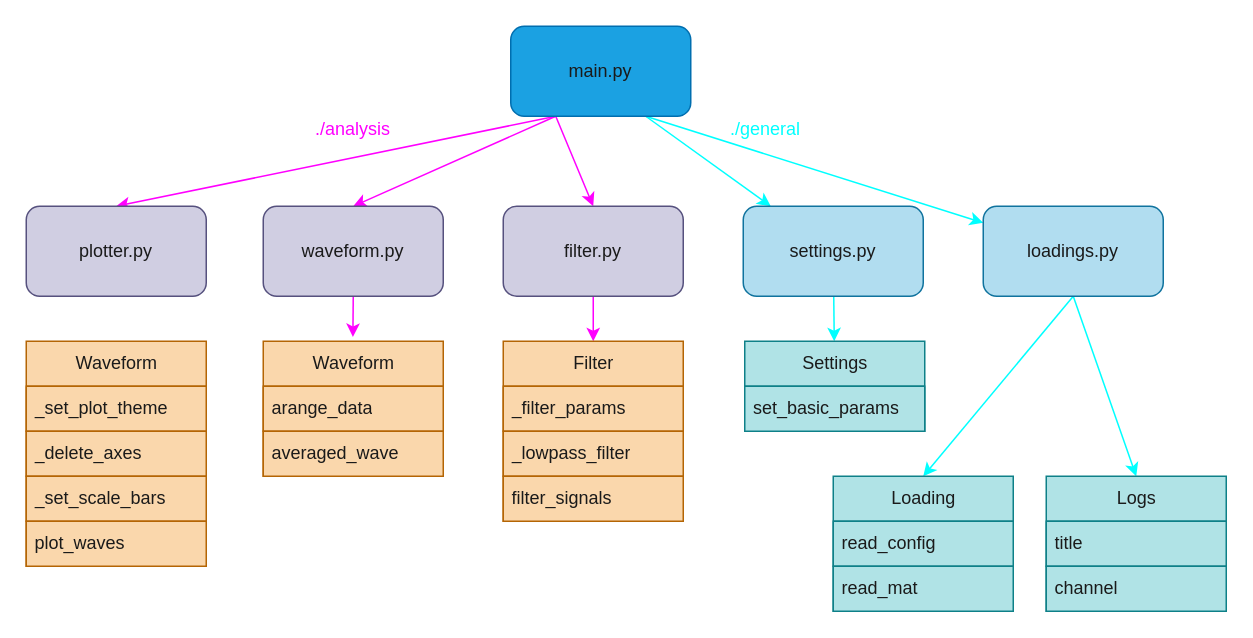
Before: design/design.drawio in ryo-furukawa-1122/EEG, a draw.io diagram. Source tidied: cells renumbered, new cells numbered last; positions are measured from the earlier drawing's top-left corner, leaving out a move shared by most shapes. Both pictures are drawn from the tidied source at 150%, with x=0, y=0 at pixel (26, 26).
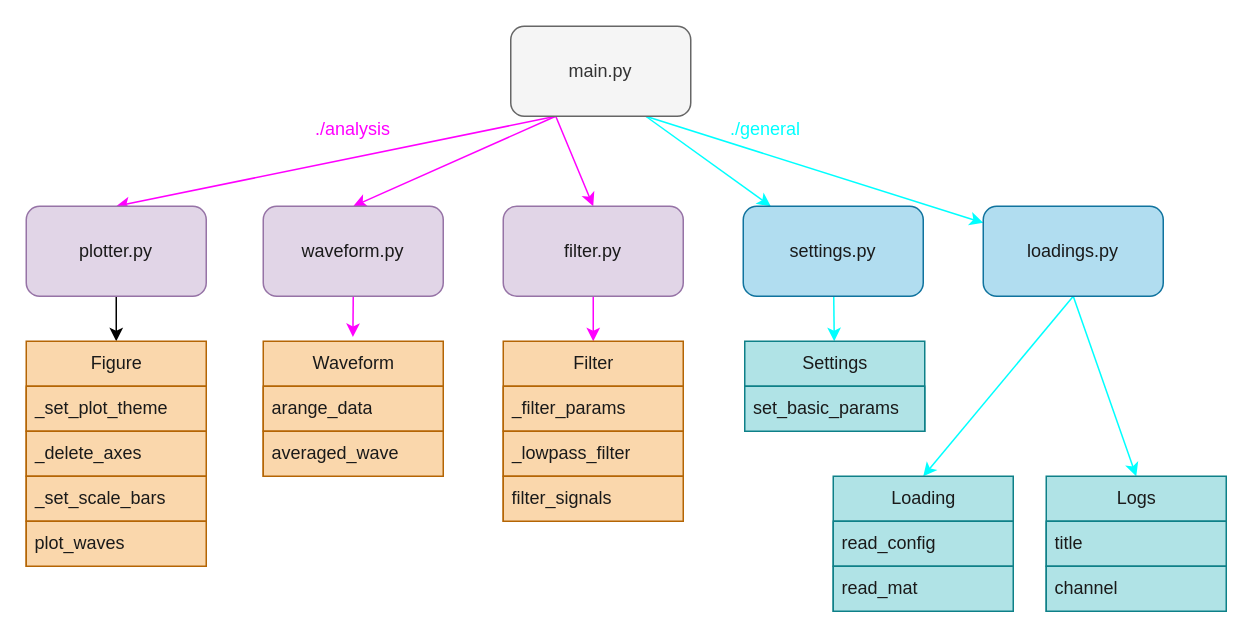
After the change.

Commit message (it also covers changes not shown here):
Modify the design chart

Change to the diagram source:
```diff
@@
-    <mxCell id="7" value="main.py" style="rounded=1;whiteSpace=wrap;html=1;fillColor=#1ba1e2;fontColor=#1A1A1A;strokeColor=#006EAF;" parent="1" vertex="1">
+    <mxCell id="7" value="main.py" style="rounded=1;whiteSpace=wrap;html=1;fillColor=#f5f5f5;fontColor=#333333;strokeColor=#666666;" parent="1" vertex="1">
       <mxGeometry x="323" width="120" height="60" as="geometry" />
     </mxCell>
@@
-    <mxCell id="23" value="&lt;font color=&quot;#1a1a1a&quot;&gt;filter.py&lt;/font&gt;" style="rounded=1;whiteSpace=wrap;html=1;fillColor=#d0cee2;strokeColor=#56517e;" parent="1" vertex="1">
+    <mxCell id="23" value="&lt;font color=&quot;#1a1a1a&quot;&gt;filter.py&lt;/font&gt;" style="rounded=1;whiteSpace=wrap;html=1;fillColor=#e1d5e7;strokeColor=#9673a6;" parent="1" vertex="1">
       <mxGeometry x="318" y="120" width="120" height="60" as="geometry" />
     </mxCell>
@@
-    <mxCell id="25" value="&lt;font color=&quot;#1a1a1a&quot;&gt;waveform.py&lt;/font&gt;" style="rounded=1;whiteSpace=wrap;html=1;fillColor=#d0cee2;strokeColor=#56517e;" parent="1" vertex="1">
+    <mxCell id="25" value="&lt;font color=&quot;#1a1a1a&quot;&gt;waveform.py&lt;/font&gt;" style="rounded=1;whiteSpace=wrap;html=1;fillColor=#e1d5e7;strokeColor=#9673a6;" parent="1" vertex="1">
       <mxGeometry x="158" y="120" width="120" height="60" as="geometry" />
     </mxCell>
+    <mxCell id="40" style="edgeStyle=none;html=1;exitX=0.5;exitY=1;exitDx=0;exitDy=0;entryX=0.5;entryY=0;entryDx=0;entryDy=0;" parent="1" edge="1" source="26" target="35">
+      <mxGeometry relative="1" as="geometry" />
+    </mxCell>
-    <mxCell id="26" value="&lt;font color=&quot;#1a1a1a&quot;&gt;plotter.py&lt;/font&gt;" style="rounded=1;whiteSpace=wrap;html=1;fillColor=#d0cee2;strokeColor=#56517e;" parent="1" vertex="1">
+    <mxCell id="26" value="&lt;font color=&quot;#1a1a1a&quot;&gt;plotter.py&lt;/font&gt;" style="rounded=1;whiteSpace=wrap;html=1;fillColor=#e1d5e7;strokeColor=#9673a6;" parent="1" vertex="1">
       <mxGeometry y="120" width="120" height="60" as="geometry" />
     </mxCell>
@@
-    <mxCell id="35" value="Waveform" style="swimlane;fontStyle=0;horizontal=1;startSize=30;html=1;fillColor=#fad7ac;strokeColor=#b46504;fontColor=#1A1A1A;" parent="1" vertex="1">
+    <mxCell id="35" value="Figure" style="swimlane;fontStyle=0;horizontal=1;startSize=30;html=1;fillColor=#fad7ac;strokeColor=#b46504;fontColor=#1A1A1A;" parent="1" vertex="1">
       <mxGeometry y="210" width="120" height="150" as="geometry" />
     </mxCell>
```
